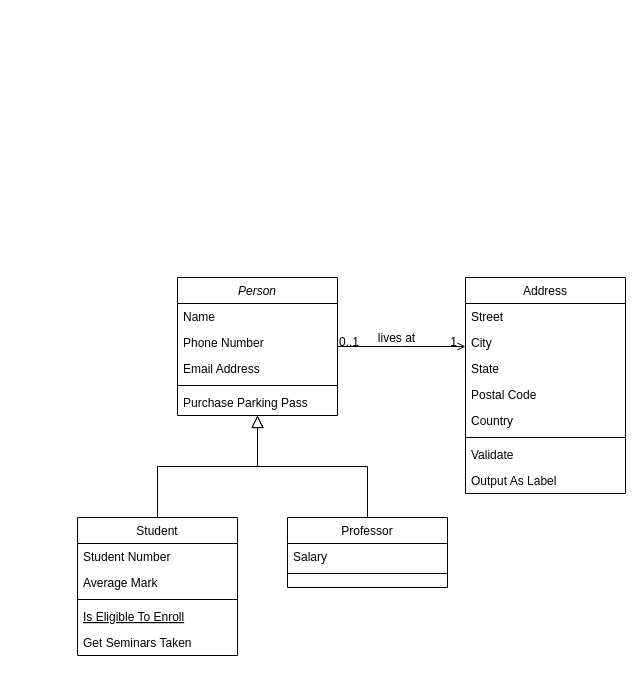
Earlier version of the draw.io diagram Диаграмма без названия.drawio (KIrDR/STARIS). Source tidied: cells renumbered, new cells numbered last; positions are measured from the earlier drawing's top-left corner, leaving out a move shared by most shapes. Both pictures are drawn from the tidied source at 100%, with x=0, y=0 at pixel (77, 277).
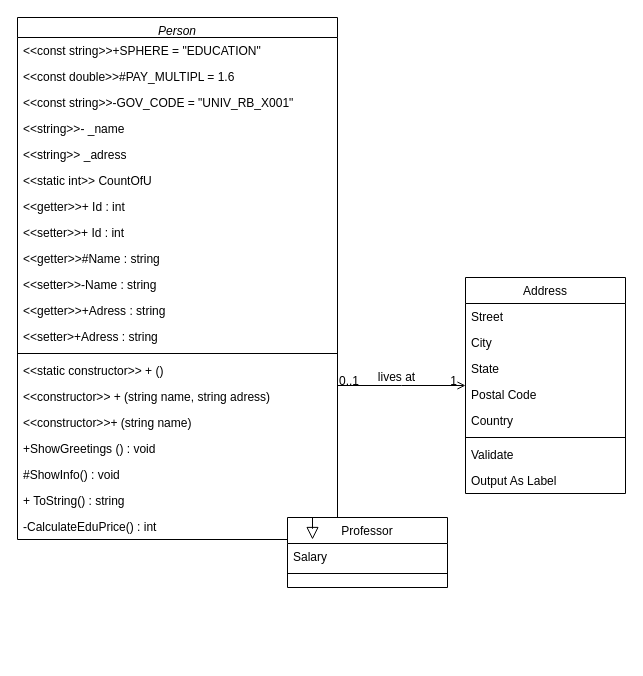
Above is the later version.

The edit, as a diff of the source:
```diff
@@
-    <mxCell id="2" value="Person" style="swimlane;fontStyle=2;align=center;verticalAlign=top;horizontal=1;startSize=26;rounded=0;shadow=0;strokeWidth=1;" parent="1" vertex="1">
-      <mxGeometry x="100" width="160" height="138" as="geometry" />
+    <mxCell id="2" value="Person" style="swimlane;fontStyle=2;align=center;verticalAlign=top;horizontal=1;startSize=20;rounded=0;shadow=0;strokeWidth=1;" parent="1" vertex="1">
+      <mxGeometry x="-60" y="-260" width="320" height="522" as="geometry" />
     </mxCell>
-    <mxCell id="3" value="Name" style="text;align=left;verticalAlign=top;spacingLeft=4;spacingRight=4;overflow=hidden;" parent="2" vertex="1">
-      <mxGeometry y="26" width="160" height="26" as="geometry" />
+    <mxCell id="3" value="&lt;&lt;const string&gt;&gt;+SPHERE = &quot;EDUCATION&quot;" style="text;align=left;verticalAlign=top;spacingLeft=4;spacingRight=4;overflow=hidden;" parent="2" vertex="1">
+      <mxGeometry y="20" width="320" height="26" as="geometry" />
     </mxCell>
-    <mxCell id="4" value="Phone Number" style="text;align=left;verticalAlign=top;spacingLeft=4;spacingRight=4;overflow=hidden;rounded=0;shadow=0;html=0;" parent="2" vertex="1">
-      <mxGeometry y="52" width="160" height="26" as="geometry" />
+    <mxCell id="4" value="&lt;&lt;const double&gt;&gt;#PAY_MULTIPL = 1.6" style="text;align=left;verticalAlign=top;spacingLeft=4;spacingRight=4;overflow=hidden;rounded=0;shadow=0;html=0;" parent="2" vertex="1">
+      <mxGeometry y="46" width="320" height="26" as="geometry" />
     </mxCell>
-    <mxCell id="5" value="Email Address" style="text;align=left;verticalAlign=top;spacingLeft=4;spacingRight=4;overflow=hidden;rounded=0;shadow=0;html=0;" parent="2" vertex="1">
-      <mxGeometry y="78" width="160" height="26" as="geometry" />
+    <mxCell id="5" value="&lt;&lt;const string&gt;&gt;-GOV_CODE = &quot;UNIV_RB_X001&quot;" style="text;align=left;verticalAlign=top;spacingLeft=4;spacingRight=4;overflow=hidden;rounded=0;shadow=0;html=0;" parent="2" vertex="1">
+      <mxGeometry y="72" width="320" height="26" as="geometry" />
     </mxCell>
+    <mxCell id="7" value="&lt;&lt;string&gt;&gt;- _name" style="text;align=left;verticalAlign=top;spacingLeft=4;spacingRight=4;overflow=hidden;" parent="2" vertex="1">
+      <mxGeometry y="98" width="320" height="26" as="geometry" />
+    </mxCell>
+    <mxCell id="32" value="&lt;&lt;string&gt;&gt; _adress" style="text;align=left;verticalAlign=top;spacingLeft=4;spacingRight=4;overflow=hidden;" parent="2" vertex="1">
+      <mxGeometry y="124" width="320" height="26" as="geometry" />
+    </mxCell>
+    <mxCell id="33" value="&lt;&lt;static int&gt;&gt; CountOfU" style="text;align=left;verticalAlign=top;spacingLeft=4;spacingRight=4;overflow=hidden;" parent="2" vertex="1">
+      <mxGeometry y="150" width="320" height="26" as="geometry" />
+    </mxCell>
+    <mxCell id="34" value="&lt;&lt;getter&gt;&gt;+ Id : int&#10;" style="text;align=left;verticalAlign=top;spacingLeft=4;spacingRight=4;overflow=hidden;" parent="2" vertex="1">
+      <mxGeometry y="176" width="320" height="26" as="geometry" />
+    </mxCell>
+    <mxCell id="35" value="&lt;&lt;setter&gt;&gt;+ Id : int" style="text;align=left;verticalAlign=top;spacingLeft=4;spacingRight=4;overflow=hidden;" parent="2" vertex="1">
+      <mxGeometry y="202" width="320" height="26" as="geometry" />
+    </mxCell>
+    <mxCell id="36" value="&lt;&lt;getter&gt;&gt;#Name : string" style="text;align=left;verticalAlign=top;spacingLeft=4;spacingRight=4;overflow=hidden;" parent="2" vertex="1">
+      <mxGeometry y="228" width="320" height="26" as="geometry" />
+    </mxCell>
+    <mxCell id="37" value="&lt;&lt;setter&gt;&gt;-Name : string" style="text;align=left;verticalAlign=top;spacingLeft=4;spacingRight=4;overflow=hidden;" parent="2" vertex="1">
+      <mxGeometry y="254" width="320" height="26" as="geometry" />
+    </mxCell>
+    <mxCell id="38" value="&lt;&lt;getter&gt;&gt;+Adress : string" style="text;align=left;verticalAlign=top;spacingLeft=4;spacingRight=4;overflow=hidden;" parent="2" vertex="1">
+      <mxGeometry y="280" width="320" height="26" as="geometry" />
+    </mxCell>
+    <mxCell id="39" value="&lt;&lt;setter&gt;+Adress : string" style="text;align=left;verticalAlign=top;spacingLeft=4;spacingRight=4;overflow=hidden;" parent="2" vertex="1">
+      <mxGeometry y="306" width="320" height="26" as="geometry" />
+    </mxCell>
     <mxCell id="6" style="line;html=1;strokeWidth=1;align=left;verticalAlign=middle;spacingTop=-1;spacingLeft=3;spacingRight=3;labelPosition=right;" parent="2" vertex="1">
-      <mxGeometry y="104" width="160" height="8" as="geometry" />
+      <mxGeometry y="332" width="320" height="8" as="geometry" />
     </mxCell>
-    <mxCell id="7" value="Purchase Parking Pass" style="text;align=left;verticalAlign=top;spacingLeft=4;spacingRight=4;overflow=hidden;" parent="2" vertex="1">
-      <mxGeometry y="112" width="160" height="26" as="geometry" />
-    </mxCell>
-    <mxCell id="8" value="Student" style="swimlane;fontStyle=0;align=center;verticalAlign=top;horizontal=1;startSize=26;rounded=0;shadow=0;strokeWidth=1;" parent="1" vertex="1">
-      <mxGeometry y="240" width="160" height="138" as="geometry" />
-    </mxCell>
-    <mxCell id="9" value="Student Number" style="text;align=left;verticalAlign=top;spacingLeft=4;spacingRight=4;overflow=hidden;" parent="8" vertex="1">
-      <mxGeometry y="26" width="160" height="26" as="geometry" />
-    </mxCell>
-    <mxCell id="10" value="Average Mark" style="text;align=left;verticalAlign=top;spacingLeft=4;spacingRight=4;overflow=hidden;rounded=0;shadow=0;html=0;" parent="8" vertex="1">
-      <mxGeometry y="52" width="160" height="26" as="geometry" />
-    </mxCell>
-    <mxCell id="11" style="line;html=1;strokeWidth=1;align=left;verticalAlign=middle;spacingTop=-1;spacingLeft=3;spacingRight=3;labelPosition=right;" parent="8" vertex="1">
-      <mxGeometry y="78" width="160" height="8" as="geometry" />
-    </mxCell>
-    <mxCell id="12" value="Is Eligible To Enroll" style="text;align=left;verticalAlign=top;spacingLeft=4;spacingRight=4;overflow=hidden;fontStyle=4;" parent="8" vertex="1">
-      <mxGeometry y="86" width="160" height="26" as="geometry" />
-    </mxCell>
-    <mxCell id="13" value="Get Seminars Taken" style="text;align=left;verticalAlign=top;spacingLeft=4;spacingRight=4;overflow=hidden;" parent="8" vertex="1">
-      <mxGeometry y="112" width="160" height="26" as="geometry" />
-    </mxCell>
-    <mxCell id="14" style="endArrow=block;endSize=10;endFill=0;shadow=0;strokeWidth=1;rounded=0;edgeStyle=elbowEdgeStyle;elbow=vertical;" parent="1" edge="1" source="8" target="2">
-      <mxGeometry relative="1" as="geometry" />
-    </mxCell>
+    <mxCell id="40" value="&lt;&lt;static constructor&gt;&gt; + ()" style="text;align=left;verticalAlign=top;spacingLeft=4;spacingRight=4;overflow=hidden;" parent="2" vertex="1">
+      <mxGeometry y="340" width="320" height="26" as="geometry" />
+    </mxCell>
+    <mxCell id="41" value="&lt;&lt;constructor&gt;&gt; + (string name, string adress)" style="text;align=left;verticalAlign=top;spacingLeft=4;spacingRight=4;overflow=hidden;" parent="2" vertex="1">
+      <mxGeometry y="366" width="320" height="26" as="geometry" />
+    </mxCell>
+    <mxCell id="42" value="&lt;&lt;constructor&gt;&gt;+ (string name) " style="text;align=left;verticalAlign=top;spacingLeft=4;spacingRight=4;overflow=hidden;" parent="2" vertex="1">
+      <mxGeometry y="392" width="320" height="26" as="geometry" />
+    </mxCell>
+    <mxCell id="43" value="+ShowGreetings () : void" style="text;align=left;verticalAlign=top;spacingLeft=4;spacingRight=4;overflow=hidden;" parent="2" vertex="1">
+      <mxGeometry y="418" width="320" height="26" as="geometry" />
+    </mxCell>
+    <mxCell id="44" value="#ShowInfo() : void" style="text;align=left;verticalAlign=top;spacingLeft=4;spacingRight=4;overflow=hidden;" parent="2" vertex="1">
+      <mxGeometry y="444" width="320" height="26" as="geometry" />
+    </mxCell>
+    <mxCell id="45" value="+ ToString() : string" style="text;align=left;verticalAlign=top;spacingLeft=4;spacingRight=4;overflow=hidden;" parent="2" vertex="1">
+      <mxGeometry y="470" width="320" height="26" as="geometry" />
+    </mxCell>
+    <mxCell id="46" value="-CalculateEduPrice() : int " style="text;align=left;verticalAlign=top;spacingLeft=4;spacingRight=4;overflow=hidden;" parent="2" vertex="1">
+      <mxGeometry y="496" width="320" height="26" as="geometry" />
+    </mxCell>
```
